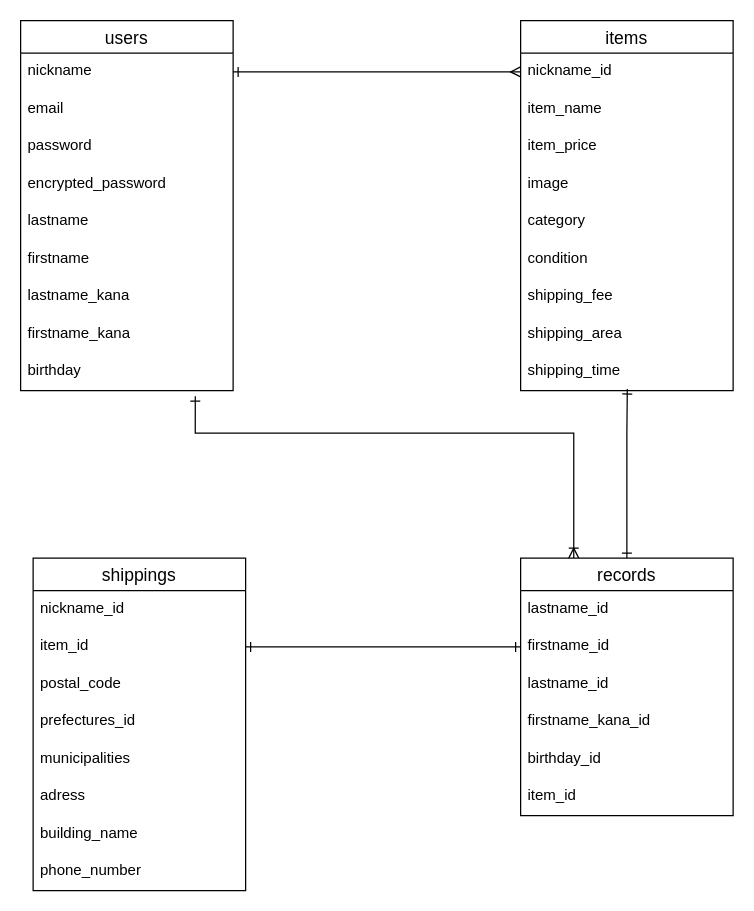
yuma4831/furima-32337 keeps this draw.io diagram as ER.dio. Above is the earlier version. Source tidied: cells renumbered, new cells numbered last; positions are measured from the earlier drawing's top-left corner, leaving out a move shared by most shapes. Both pictures are drawn from the tidied source at 125%, with x=0, y=0 at pixel (20, 20).
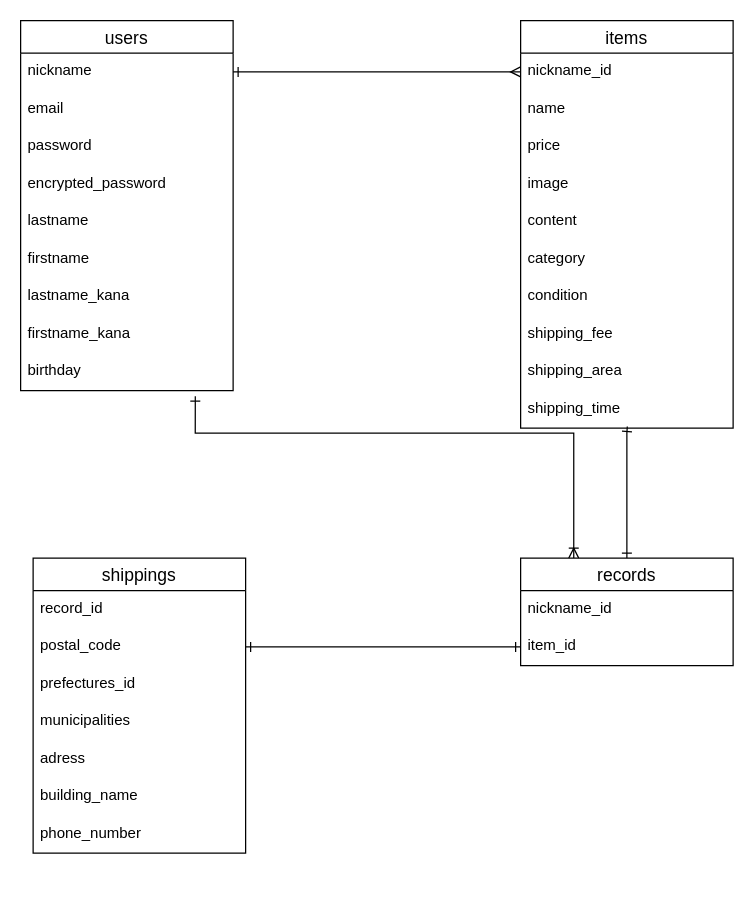
Above is the later version.

Commit message (it also covers changes not shown here):
ERと型の修正

Diff of the diagram source:
```diff
@@
     <mxCell id="12" value="items" style="swimlane;fontStyle=0;horizontal=1;startSize=26;align=center;fontSize=14;" parent="1" vertex="1">
-      <mxGeometry x="400" width="170" height="296" as="geometry" />
+      <mxGeometry x="400" width="170" height="326" as="geometry" />
     </mxCell>
@@
-    <mxCell id="14" value="item_name" style="text;strokeColor=none;fillColor=none;spacingLeft=4;spacingRight=4;overflow=hidden;fontSize=12;" parent="12" vertex="1">
+    <mxCell id="14" value="name" style="text;strokeColor=none;fillColor=none;spacingLeft=4;spacingRight=4;overflow=hidden;fontSize=12;" parent="12" vertex="1">
       <mxGeometry y="56" width="170" height="30" as="geometry" />
     </mxCell>
-    <mxCell id="15" value="item_price" style="text;strokeColor=none;fillColor=none;spacingLeft=4;spacingRight=4;overflow=hidden;fontSize=12;" parent="12" vertex="1">
+    <mxCell id="15" value="price" style="text;strokeColor=none;fillColor=none;spacingLeft=4;spacingRight=4;overflow=hidden;fontSize=12;" parent="12" vertex="1">
       <mxGeometry y="86" width="170" height="30" as="geometry" />
     </mxCell>
@@
+    <mxCell id="42" value="content" style="text;strokeColor=none;fillColor=none;spacingLeft=4;spacingRight=4;overflow=hidden;fontSize=12;" parent="12" vertex="1">
+      <mxGeometry y="146" width="170" height="30" as="geometry" />
+    </mxCell>
     <mxCell id="17" value="category" style="text;strokeColor=none;fillColor=none;spacingLeft=4;spacingRight=4;overflow=hidden;fontSize=12;" parent="12" vertex="1">
-      <mxGeometry y="146" width="170" height="30" as="geometry" />
+      <mxGeometry y="176" width="170" height="30" as="geometry" />
     </mxCell>
     <mxCell id="18" value="condition" style="text;strokeColor=none;fillColor=none;spacingLeft=4;spacingRight=4;overflow=hidden;fontSize=12;" parent="12" vertex="1">
-      <mxGeometry y="176" width="170" height="30" as="geometry" />
+      <mxGeometry y="206" width="170" height="30" as="geometry" />
     </mxCell>
     <mxCell id="19" value="shipping_fee" style="text;strokeColor=none;fillColor=none;spacingLeft=4;spacingRight=4;overflow=hidden;fontSize=12;" parent="12" vertex="1">
-      <mxGeometry y="206" width="170" height="30" as="geometry" />
+      <mxGeometry y="236" width="170" height="30" as="geometry" />
     </mxCell>
     <mxCell id="20" value="shipping_area" style="text;strokeColor=none;fillColor=none;spacingLeft=4;spacingRight=4;overflow=hidden;fontSize=12;" parent="12" vertex="1">
-      <mxGeometry y="236" width="170" height="30" as="geometry" />
+      <mxGeometry y="266" width="170" height="30" as="geometry" />
     </mxCell>
     <mxCell id="21" value="shipping_time" style="text;strokeColor=none;fillColor=none;spacingLeft=4;spacingRight=4;overflow=hidden;points=[[0,0.5],[1,0.5]];portConstraint=eastwest;fontSize=12;" parent="12" vertex="1">
-      <mxGeometry y="266" width="170" height="30" as="geometry" />
+      <mxGeometry y="296" width="170" height="30" as="geometry" />
     </mxCell>
     <mxCell id="22" value="shippings" style="swimlane;fontStyle=0;horizontal=1;startSize=26;align=center;fontSize=14;" parent="1" vertex="1">
-      <mxGeometry x="10" y="430" width="170" height="266" as="geometry" />
+      <mxGeometry x="10" y="430" width="170" height="236" as="geometry" />
     </mxCell>
-    <mxCell id="23" value="nickname_id" style="text;strokeColor=none;fillColor=none;spacingLeft=4;spacingRight=4;overflow=hidden;fontSize=12;" parent="22" vertex="1">
-      <mxGeometry y="26" width="170" height="30" as="geometry" />
-    </mxCell>
-    <mxCell id="24" value="item_id" style="text;strokeColor=none;fillColor=none;spacingLeft=4;spacingRight=4;overflow=hidden;points=[[0,0.5],[1,0.5]];portConstraint=eastwest;fontSize=12;" parent="22" vertex="1">
-      <mxGeometry y="56" width="170" height="30" as="geometry" />
+    <mxCell id="24" value="record_id" style="text;strokeColor=none;fillColor=none;spacingLeft=4;spacingRight=4;overflow=hidden;points=[[0,0.5],[1,0.5]];portConstraint=eastwest;fontSize=12;" parent="22" vertex="1">
+      <mxGeometry y="26" width="170" height="30" as="geometry" />
     </mxCell>
     <mxCell id="25" value="postal_code" style="text;strokeColor=none;fillColor=none;spacingLeft=4;spacingRight=4;overflow=hidden;points=[[0,0.5],[1,0.5]];portConstraint=eastwest;fontSize=12;" parent="22" vertex="1">
-      <mxGeometry y="86" width="170" height="30" as="geometry" />
+      <mxGeometry y="56" width="170" height="30" as="geometry" />
     </mxCell>
     <mxCell id="26" value="prefectures_id" style="text;strokeColor=none;fillColor=none;spacingLeft=4;spacingRight=4;overflow=hidden;fontSize=12;" parent="22" vertex="1">
-      <mxGeometry y="116" width="170" height="30" as="geometry" />
+      <mxGeometry y="86" width="170" height="30" as="geometry" />
     </mxCell>
     <mxCell id="27" value="municipalities" style="text;strokeColor=none;fillColor=none;spacingLeft=4;spacingRight=4;overflow=hidden;fontSize=12;" parent="22" vertex="1">
-      <mxGeometry y="146" width="170" height="30" as="geometry" />
+      <mxGeometry y="116" width="170" height="30" as="geometry" />
     </mxCell>
     <mxCell id="28" value="adress" style="text;strokeColor=none;fillColor=none;spacingLeft=4;spacingRight=4;overflow=hidden;fontSize=12;" parent="22" vertex="1">
-      <mxGeometry y="176" width="170" height="30" as="geometry" />
+      <mxGeometry y="146" width="170" height="30" as="geometry" />
     </mxCell>
     <mxCell id="29" value="building_name" style="text;strokeColor=none;fillColor=none;spacingLeft=4;spacingRight=4;overflow=hidden;fontSize=12;" parent="22" vertex="1">
-      <mxGeometry y="206" width="170" height="30" as="geometry" />
+      <mxGeometry y="176" width="170" height="30" as="geometry" />
     </mxCell>
     <mxCell id="30" value="phone_number" style="text;strokeColor=none;fillColor=none;spacingLeft=4;spacingRight=4;overflow=hidden;fontSize=12;" parent="22" vertex="1">
-      <mxGeometry y="236" width="170" height="30" as="geometry" />
+      <mxGeometry y="206" width="170" height="30" as="geometry" />
     </mxCell>
@@
     <mxCell id="34" value="records" style="swimlane;fontStyle=0;horizontal=1;startSize=26;align=center;fontSize=14;" parent="1" vertex="1">
-      <mxGeometry x="400" y="430" width="170" height="206" as="geometry" />
+      <mxGeometry x="400" y="430" width="170" height="86" as="geometry" />
     </mxCell>
-    <mxCell id="35" value="lastname_id" style="text;strokeColor=none;fillColor=none;spacingLeft=4;spacingRight=4;overflow=hidden;fontSize=12;" parent="34" vertex="1">
-      <mxGeometry y="26" width="170" height="30" as="geometry" />
-    </mxCell>
-    <mxCell id="36" value="firstname_id" style="text;strokeColor=none;fillColor=none;spacingLeft=4;spacingRight=4;overflow=hidden;points=[[0,0.5],[1,0.5]];portConstraint=eastwest;fontSize=12;" parent="34" vertex="1">
-      <mxGeometry y="56" width="170" height="30" as="geometry" />
-    </mxCell>
-    <mxCell id="37" value="lastname_id" style="text;strokeColor=none;fillColor=none;spacingLeft=4;spacingRight=4;overflow=hidden;fontSize=12;" parent="34" vertex="1">
-      <mxGeometry y="86" width="170" height="30" as="geometry" />
-    </mxCell>
-    <mxCell id="38" value="firstname_kana_id" style="text;strokeColor=none;fillColor=none;spacingLeft=4;spacingRight=4;overflow=hidden;fontSize=12;" parent="34" vertex="1">
-      <mxGeometry y="116" width="170" height="30" as="geometry" />
-    </mxCell>
-    <mxCell id="39" value="birthday_id" style="text;strokeColor=none;fillColor=none;spacingLeft=4;spacingRight=4;overflow=hidden;fontSize=12;" parent="34" vertex="1">
-      <mxGeometry y="146" width="170" height="30" as="geometry" />
-    </mxCell>
-    <mxCell id="40" value="item_id" style="text;strokeColor=none;fillColor=none;spacingLeft=4;spacingRight=4;overflow=hidden;fontSize=12;" parent="34" vertex="1">
-      <mxGeometry y="176" width="170" height="30" as="geometry" />
+    <mxCell id="40" value="nickname_id" style="text;strokeColor=none;fillColor=none;spacingLeft=4;spacingRight=4;overflow=hidden;fontSize=12;" parent="34" vertex="1">
+      <mxGeometry y="26" width="170" height="30" as="geometry" />
     </mxCell>
+    <mxCell id="43" value="item_id" style="text;strokeColor=none;fillColor=none;spacingLeft=4;spacingRight=4;overflow=hidden;fontSize=12;" parent="34" vertex="1">
+      <mxGeometry y="56" width="170" height="30" as="geometry" />
+    </mxCell>
-    <mxCell id="41" style="edgeStyle=orthogonalEdgeStyle;rounded=0;jettySize=auto;html=1;exitX=0;exitY=0.5;exitDx=0;exitDy=0;startArrow=ERone;startFill=0;endArrow=ERone;endFill=0;" parent="1" edge="1" source="36" target="24">
-      <mxGeometry relative="1" as="geometry" />
+    <mxCell id="41" style="edgeStyle=orthogonalEdgeStyle;rounded=0;jettySize=auto;html=1;exitX=0;exitY=0.5;exitDx=0;exitDy=0;startArrow=ERone;startFill=0;endArrow=ERone;endFill=0;entryX=1;entryY=0.5;entryDx=0;entryDy=0;" parent="1" edge="1" target="25">
+      <mxGeometry relative="1" as="geometry">
+        <mxPoint x="400" y="501" as="sourcePoint" />
+        <Array as="points">
+          <mxPoint x="300" y="501" />
+          <mxPoint x="300" y="501" />
+        </Array>
+      </mxGeometry>
     </mxCell>
```
